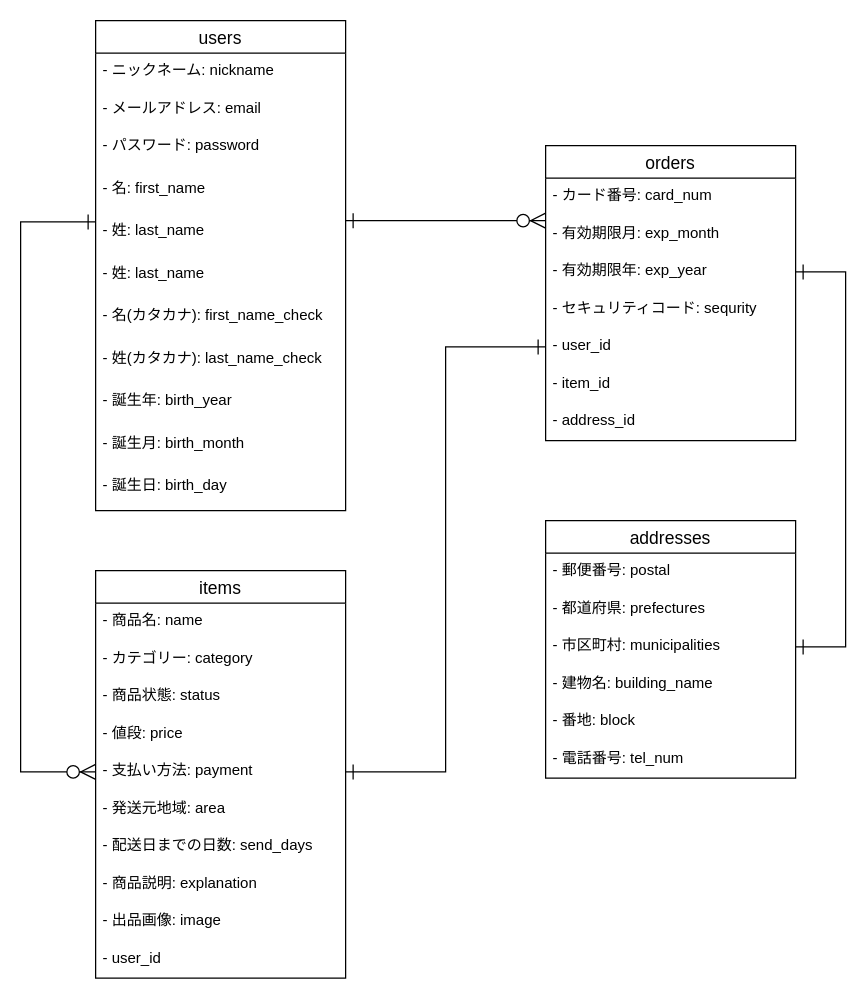
Above: furima.dio in tmynoy/furima-31731 (draw.io), before the change. Source tidied: cells renumbered, new cells numbered last; positions are measured from the earlier drawing's top-left corner, leaving out a move shared by most shapes. Both pictures are drawn from the tidied source at 125%, with x=0, y=0 at pixel (20, 20).
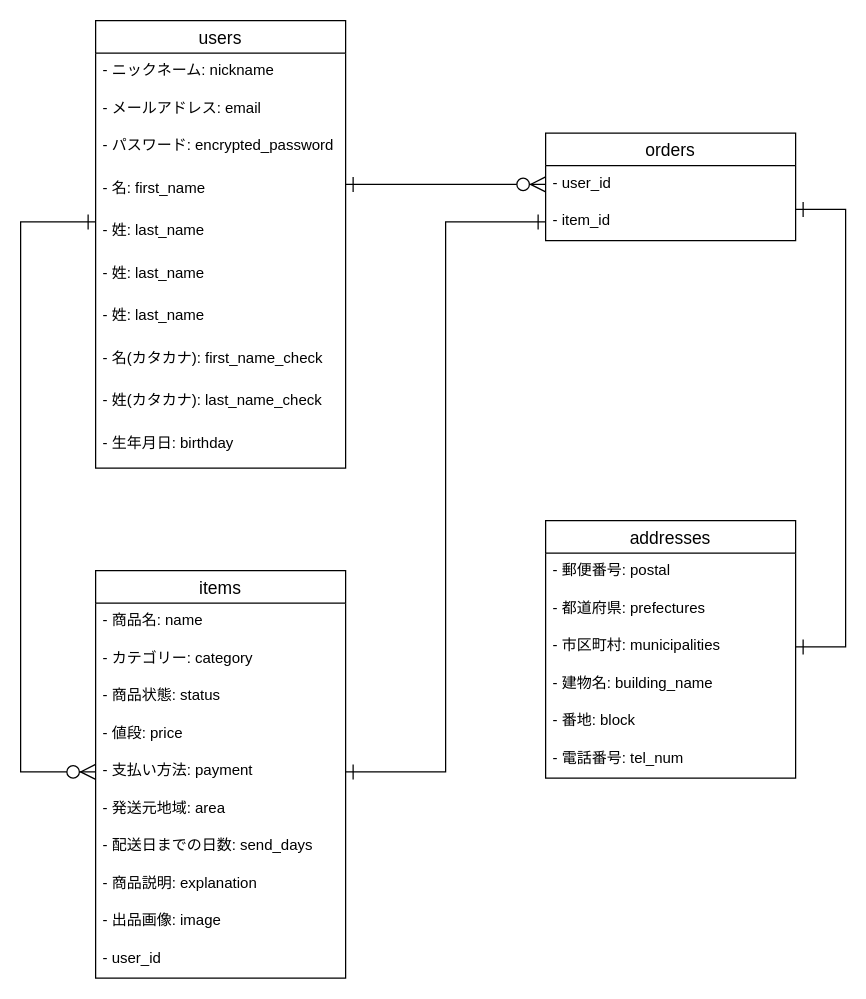
The same diagram, later.

Commit message (it also covers changes not shown here):
ER図、READMEの修正

Unchanged cells that the change refers to:
```xml
<mxCell id="8" value="- 支払い方法: payment" style="text;strokeColor=none;fillColor=none;spacingLeft=4;spacingRight=4;overflow=hidden;points=[[0,0.5],[1,0.5]];portConstraint=eastwest;fontSize=12;" parent="3" vertex="1">
  <mxGeometry y="146" width="200" height="30" as="geometry" />
</mxCell>
<mxCell id="18" value="- 名: first_name" style="text;strokeColor=none;fillColor=none;spacingLeft=4;spacingRight=4;overflow=hidden;points=[[0,0.5],[1,0.5]];portConstraint=eastwest;fontSize=12;" parent="14" vertex="1">
  <mxGeometry y="120" width="200" height="34" as="geometry" />
</mxCell>
<mxCell id="19" value="- 姓: last_name" style="text;strokeColor=none;fillColor=none;spacingLeft=4;spacingRight=4;overflow=hidden;points=[[0,0.5],[1,0.5]];portConstraint=eastwest;fontSize=12;" parent="14" vertex="1">
  <mxGeometry y="154" width="200" height="34" as="geometry" />
</mxCell>
<mxCell id="29" value="- 市区町村: municipalities" style="text;strokeColor=none;fillColor=none;spacingLeft=4;spacingRight=4;overflow=hidden;points=[[0,0.5],[1,0.5]];portConstraint=eastwest;fontSize=12;" parent="26" vertex="1">
  <mxGeometry y="86" width="200" height="30" as="geometry" />
</mxCell>
```

Change to the diagram source:
```diff
@@
     <mxCell id="14" value="users" style="swimlane;fontStyle=0;horizontal=1;startSize=26;align=center;fontSize=14;" parent="1" vertex="1">
-      <mxGeometry x="60" width="200" height="392" as="geometry" />
+      <mxGeometry x="60" width="200" height="358" as="geometry" />
     </mxCell>
@@
-    <mxCell id="17" value="- パスワード: password" style="text;strokeColor=none;fillColor=none;spacingLeft=4;spacingRight=4;overflow=hidden;fontSize=12;" parent="14" vertex="1">
+    <mxCell id="17" value="- パスワード: encrypted_password" style="text;strokeColor=none;fillColor=none;spacingLeft=4;spacingRight=4;overflow=hidden;fontSize=12;" parent="14" vertex="1">
       <mxGeometry y="86" width="200" height="34" as="geometry" />
     </mxCell>
@@
+    <mxCell id="44" value="- 姓: last_name" style="text;strokeColor=none;fillColor=none;spacingLeft=4;spacingRight=4;overflow=hidden;fontSize=12;" parent="14" vertex="1">
+      <mxGeometry y="188" width="200" height="34" as="geometry" />
+    </mxCell>
     <mxCell id="20" value="- 姓: last_name" style="text;strokeColor=none;fillColor=none;spacingLeft=4;spacingRight=4;overflow=hidden;fontSize=12;" parent="14" vertex="1">
-      <mxGeometry y="188" width="200" height="34" as="geometry" />
+      <mxGeometry y="222" width="200" height="34" as="geometry" />
     </mxCell>
     <mxCell id="21" value="- 名(カタカナ): first_name_check" style="text;strokeColor=none;fillColor=none;spacingLeft=4;spacingRight=4;overflow=hidden;fontSize=12;" parent="14" vertex="1">
-      <mxGeometry y="222" width="200" height="34" as="geometry" />
+      <mxGeometry y="256" width="200" height="34" as="geometry" />
     </mxCell>
     <mxCell id="22" value="- 姓(カタカナ): last_name_check" style="text;strokeColor=none;fillColor=none;spacingLeft=4;spacingRight=4;overflow=hidden;fontSize=12;" parent="14" vertex="1">
-      <mxGeometry y="256" width="200" height="34" as="geometry" />
+      <mxGeometry y="290" width="200" height="34" as="geometry" />
     </mxCell>
-    <mxCell id="23" value="- 誕生年: birth_year" style="text;strokeColor=none;fillColor=none;spacingLeft=4;spacingRight=4;overflow=hidden;fontSize=12;" parent="14" vertex="1">
-      <mxGeometry y="290" width="200" height="34" as="geometry" />
-    </mxCell>
-    <mxCell id="24" value="- 誕生月: birth_month" style="text;strokeColor=none;fillColor=none;spacingLeft=4;spacingRight=4;overflow=hidden;fontSize=12;" parent="14" vertex="1">
-      <mxGeometry y="324" width="200" height="34" as="geometry" />
-    </mxCell>
-    <mxCell id="25" value="- 誕生日: birth_day" style="text;strokeColor=none;fillColor=none;spacingLeft=4;spacingRight=4;overflow=hidden;fontSize=12;" parent="14" vertex="1">
-      <mxGeometry y="358" width="200" height="34" as="geometry" />
+    <mxCell id="25" value="- 生年月日: birthday" style="text;strokeColor=none;fillColor=none;spacingLeft=4;spacingRight=4;overflow=hidden;fontSize=12;" parent="14" vertex="1">
+      <mxGeometry y="324" width="200" height="34" as="geometry" />
     </mxCell>
@@
-    <mxCell id="33" style="edgeStyle=orthogonalEdgeStyle;rounded=0;jettySize=auto;html=1;startArrow=ERone;startFill=0;startSize=10;endArrow=ERzeroToMany;endFill=1;endSize=10;" parent="1" edge="1" source="19" target="36">
-      <mxGeometry relative="1" as="geometry">
-        <Array as="points">
-          <mxPoint x="310" y="160" />
-          <mxPoint x="310" y="160" />
-        </Array>
-      </mxGeometry>
-    </mxCell>
+    <mxCell id="42" style="edgeStyle=orthogonalEdgeStyle;rounded=0;jettySize=auto;html=1;entryX=1;entryY=0.5;entryDx=0;entryDy=0;startArrow=ERone;startFill=0;startSize=10;endArrow=ERone;endFill=0;endSize=10;exitX=0;exitY=0.5;exitDx=0;exitDy=0;" parent="1" edge="1" source="40" target="8">
+      <mxGeometry relative="1" as="geometry" />
+    </mxCell>
+    <mxCell id="43" style="edgeStyle=orthogonalEdgeStyle;rounded=0;jettySize=auto;html=1;entryX=1;entryY=0.5;entryDx=0;entryDy=0;startArrow=ERone;startFill=0;startSize=10;endArrow=ERone;endFill=0;endSize=10;" parent="1" edge="1" target="29">
+      <mxGeometry relative="1" as="geometry">
+        <mxPoint x="620" y="151" as="sourcePoint" />
+        <Array as="points">
+          <mxPoint x="660" y="151" />
+          <mxPoint x="660" y="501" />
+        </Array>
+      </mxGeometry>
+    </mxCell>
+    <mxCell id="45" style="edgeStyle=orthogonalEdgeStyle;rounded=0;jettySize=auto;html=1;entryX=0;entryY=0.5;entryDx=0;entryDy=0;startArrow=ERone;startFill=0;startSize=10;endArrow=ERzeroToMany;endFill=1;endSize=10;" parent="1" edge="1" source="18" target="39">
+      <mxGeometry relative="1" as="geometry">
+        <Array as="points">
+          <mxPoint x="300" y="131" />
+          <mxPoint x="300" y="131" />
+        </Array>
+      </mxGeometry>
+    </mxCell>
     <mxCell id="34" value="orders" style="swimlane;fontStyle=0;horizontal=1;startSize=26;align=center;fontSize=14;" parent="1" vertex="1">
-      <mxGeometry x="420" y="100" width="200" height="236" as="geometry" />
+      <mxGeometry x="420" y="90" width="200" height="86" as="geometry" />
     </mxCell>
-    <mxCell id="35" value="- カード番号: card_num" style="text;strokeColor=none;fillColor=none;spacingLeft=4;spacingRight=4;overflow=hidden;fontSize=12;" parent="34" vertex="1">
-      <mxGeometry y="26" width="200" height="30" as="geometry" />
-    </mxCell>
-    <mxCell id="36" value="- 有効期限月: exp_month" style="text;strokeColor=none;fillColor=none;spacingLeft=4;spacingRight=4;overflow=hidden;points=[[0,0.5],[1,0.5]];portConstraint=eastwest;fontSize=12;" parent="34" vertex="1">
-      <mxGeometry y="56" width="200" height="30" as="geometry" />
-    </mxCell>
-    <mxCell id="37" value="- 有効期限年: exp_year" style="text;strokeColor=none;fillColor=none;spacingLeft=4;spacingRight=4;overflow=hidden;points=[[0,0.5],[1,0.5]];portConstraint=eastwest;fontSize=12;" parent="34" vertex="1">
-      <mxGeometry y="86" width="200" height="30" as="geometry" />
-    </mxCell>
-    <mxCell id="38" value="- セキュリティコード: sequrity" style="text;strokeColor=none;fillColor=none;spacingLeft=4;spacingRight=4;overflow=hidden;fontSize=12;" parent="34" vertex="1">
-      <mxGeometry y="116" width="200" height="30" as="geometry" />
-    </mxCell>
     <mxCell id="39" value="- user_id" style="text;strokeColor=none;fillColor=none;spacingLeft=4;spacingRight=4;overflow=hidden;points=[[0,0.5],[1,0.5]];portConstraint=eastwest;fontSize=12;" parent="34" vertex="1">
-      <mxGeometry y="146" width="200" height="30" as="geometry" />
+      <mxGeometry y="26" width="200" height="30" as="geometry" />
     </mxCell>
     <mxCell id="40" value="- item_id" style="text;strokeColor=none;fillColor=none;spacingLeft=4;spacingRight=4;overflow=hidden;points=[[0,0.5],[1,0.5]];portConstraint=eastwest;fontSize=12;" parent="34" vertex="1">
-      <mxGeometry y="176" width="200" height="30" as="geometry" />
+      <mxGeometry y="56" width="200" height="30" as="geometry" />
     </mxCell>
-    <mxCell id="41" value="- address_id" style="text;strokeColor=none;fillColor=none;spacingLeft=4;spacingRight=4;overflow=hidden;fontSize=12;" parent="34" vertex="1">
-      <mxGeometry y="206" width="200" height="30" as="geometry" />
-    </mxCell>
-    <mxCell id="42" style="edgeStyle=orthogonalEdgeStyle;rounded=0;jettySize=auto;html=1;entryX=1;entryY=0.5;entryDx=0;entryDy=0;startArrow=ERone;startFill=0;startSize=10;endArrow=ERone;endFill=0;endSize=10;" parent="1" edge="1" source="39" target="8">
-      <mxGeometry relative="1" as="geometry" />
-    </mxCell>
-    <mxCell id="43" style="edgeStyle=orthogonalEdgeStyle;rounded=0;jettySize=auto;html=1;entryX=1;entryY=0.5;entryDx=0;entryDy=0;startArrow=ERone;startFill=0;startSize=10;endArrow=ERone;endFill=0;endSize=10;" parent="1" edge="1" source="37" target="29">
-      <mxGeometry relative="1" as="geometry">
-        <Array as="points">
-          <mxPoint x="660" y="201" />
-          <mxPoint x="660" y="501" />
-        </Array>
-      </mxGeometry>
-    </mxCell>
```
